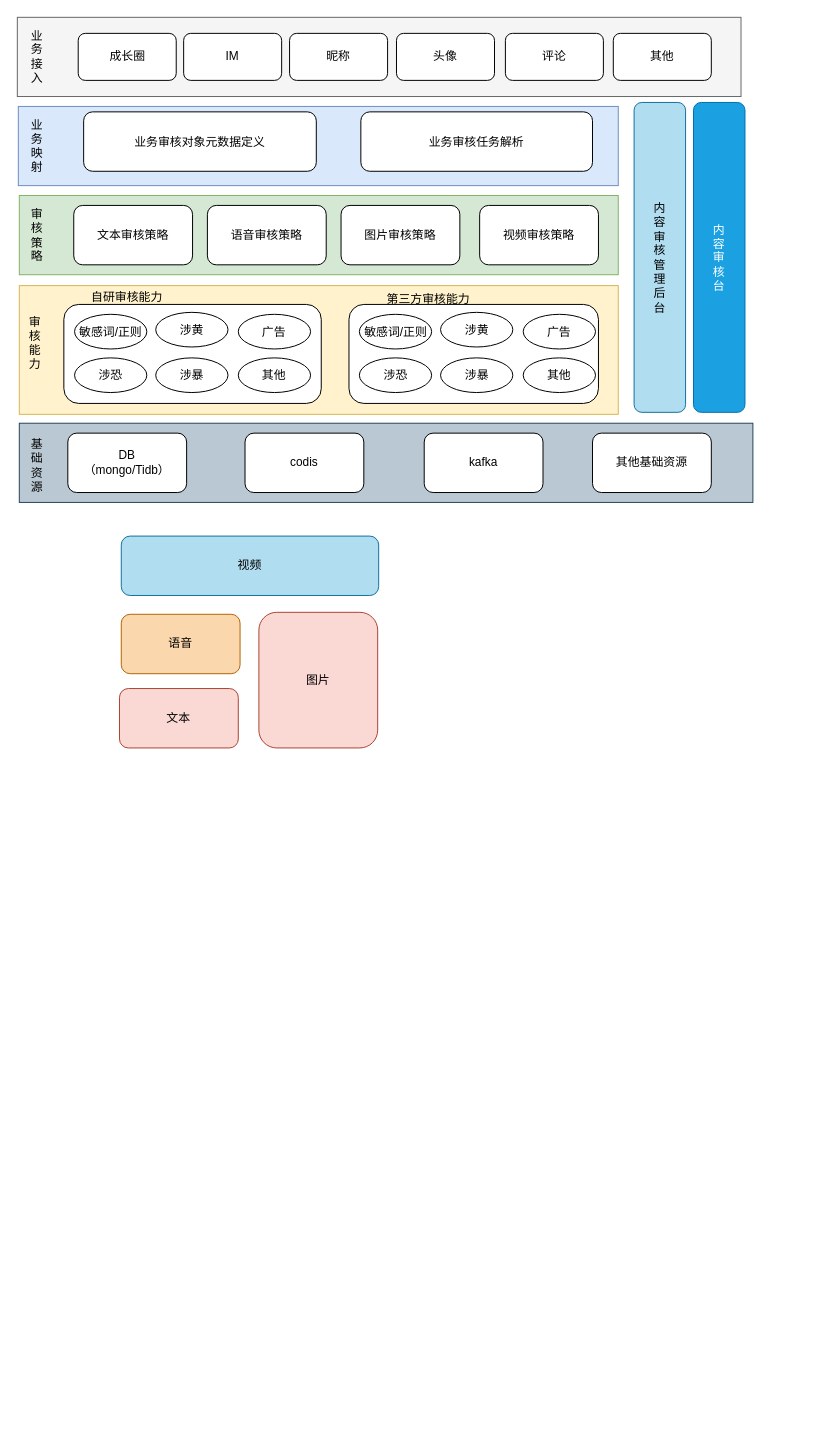
Above: page "内容安全架构" (12 of 17) of 系统架构0.drawio in joeytang/imgs (draw.io), before the change. Source tidied: cells renumbered, new cells numbered last; positions are measured from the earlier drawing's top-left corner, leaving out a move shared by most shapes. Both pictures are drawn from the tidied source at 99%, with x=0, y=0 at pixel (17, 17).
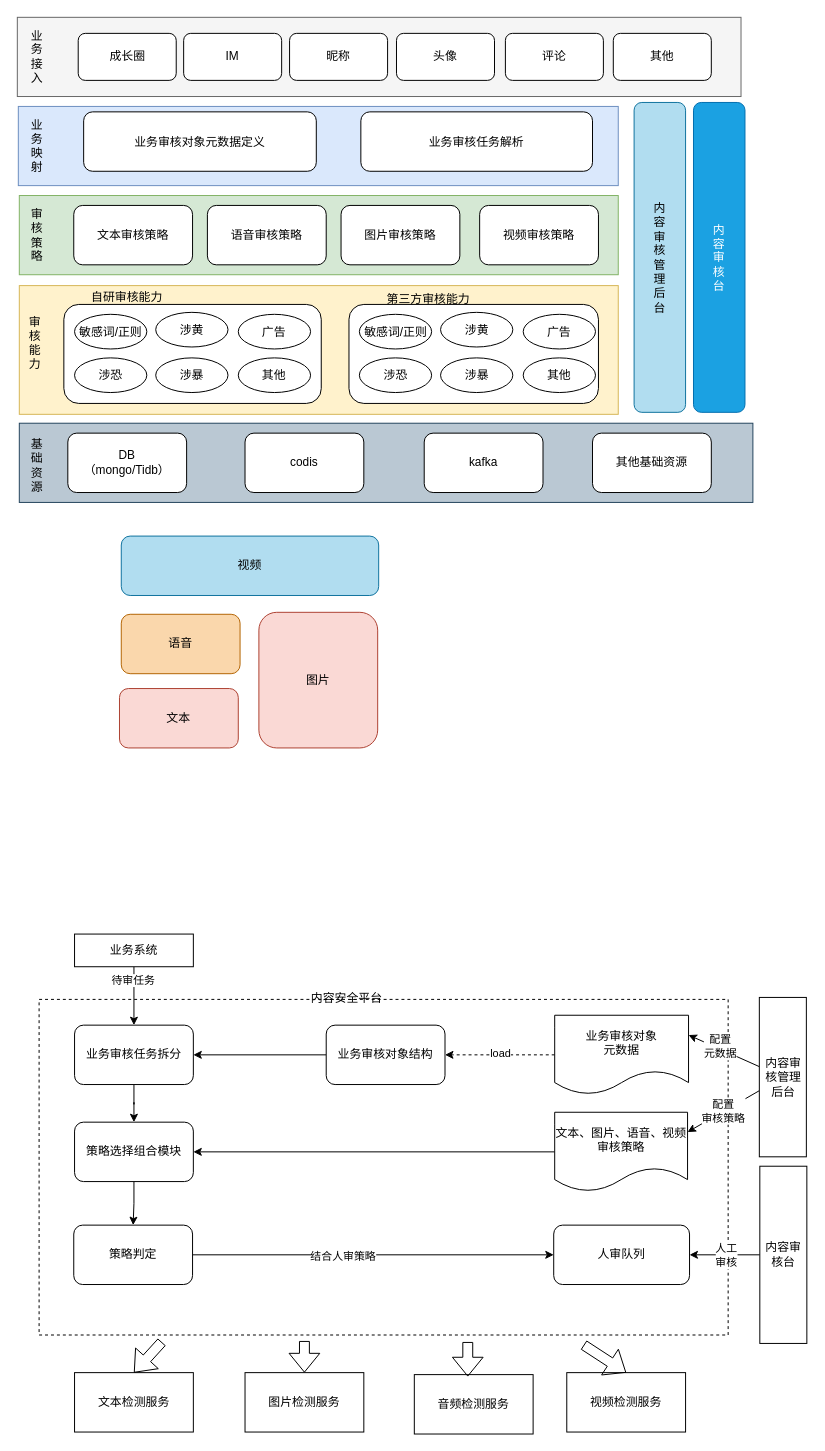
Above is the later version.

Change to the diagram source:
```diff
@@
+    <mxCell id="50" style="rounded=0;whiteSpace=wrap;html=1;dashed=1;" parent="1" vertex="1">
+      <mxGeometry x="22" y="992" width="696" height="339" as="geometry" />
+    </mxCell>
+    <mxCell id="51" style="edgeStyle=orthogonalEdgeStyle;rounded=0;jettySize=auto;html=1;" parent="1" edge="1" source="53" target="55">
+      <mxGeometry relative="1" as="geometry" />
+    </mxCell>
+    <mxCell id="52" value="待审任务" style="edgeLabel;html=1;align=center;verticalAlign=middle;" parent="51" vertex="1">
+      <mxGeometry x="-0.57" y="-1" relative="1" as="geometry" />
+    </mxCell>
+    <mxCell id="53" value="业务系统" style="rounded=0;whiteSpace=wrap;html=1;" parent="1" vertex="1">
+      <mxGeometry x="57.8" y="926" width="120" height="33" as="geometry" />
+    </mxCell>
+    <mxCell id="54" style="edgeStyle=orthogonalEdgeStyle;rounded=0;jettySize=auto;html=1;entryX=0.5;entryY=0;entryDx=0;entryDy=0;" parent="1" edge="1" source="55" target="61">
+      <mxGeometry relative="1" as="geometry" />
+    </mxCell>
+    <mxCell id="55" value="业务审核任务拆分" style="rounded=1;whiteSpace=wrap;html=1;" parent="1" vertex="1">
+      <mxGeometry x="57.8" y="1018" width="120" height="60" as="geometry" />
+    </mxCell>
+    <mxCell id="56" style="edgeStyle=orthogonalEdgeStyle;rounded=0;jettySize=auto;html=1;entryX=1;entryY=0.5;entryDx=0;entryDy=0;" parent="1" edge="1" source="57" target="61">
+      <mxGeometry relative="1" as="geometry" />
+    </mxCell>
+    <mxCell id="57" value="文本、图片、语音、视频&lt;br&gt;审核策略" style="shape=document;whiteSpace=wrap;html=1;boundedLbl=1;" parent="1" vertex="1">
+      <mxGeometry x="542.8" y="1106" width="134.2" height="80" as="geometry" />
+    </mxCell>
+    <mxCell id="58" style="edgeStyle=orthogonalEdgeStyle;rounded=0;jettySize=auto;html=1;" parent="1" edge="1" source="59" target="55">
+      <mxGeometry relative="1" as="geometry" />
+    </mxCell>
+    <mxCell id="59" value="业务审核对象结构" style="rounded=1;whiteSpace=wrap;html=1;" parent="1" vertex="1">
+      <mxGeometry x="312" y="1018" width="120" height="60" as="geometry" />
+    </mxCell>
+    <mxCell id="60" style="edgeStyle=orthogonalEdgeStyle;rounded=0;jettySize=auto;html=1;" parent="1" edge="1" source="61" target="64">
+      <mxGeometry relative="1" as="geometry" />
+    </mxCell>
+    <mxCell id="61" value="策略选择组合模块" style="rounded=1;whiteSpace=wrap;html=1;" parent="1" vertex="1">
+      <mxGeometry x="57.8" y="1116" width="120" height="60" as="geometry" />
+    </mxCell>
+    <mxCell id="62" style="edgeStyle=orthogonalEdgeStyle;rounded=0;jettySize=auto;html=1;" parent="1" edge="1" source="64" target="79">
+      <mxGeometry relative="1" as="geometry" />
+    </mxCell>
+    <mxCell id="63" value="结合人审策略" style="edgeLabel;html=1;align=center;verticalAlign=middle;" parent="62" vertex="1">
+      <mxGeometry x="-0.17" y="-1" relative="1" as="geometry" />
+    </mxCell>
+    <mxCell id="64" value="策略判定" style="rounded=1;whiteSpace=wrap;html=1;" parent="1" vertex="1">
+      <mxGeometry x="57" y="1220" width="120" height="60" as="geometry" />
+    </mxCell>
+    <mxCell id="65" value="音频检测服务" style="rounded=0;whiteSpace=wrap;html=1;" parent="1" vertex="1">
+      <mxGeometry x="401" y="1371" width="120" height="60" as="geometry" />
+    </mxCell>
+    <mxCell id="66" value="视频检测服务" style="rounded=0;whiteSpace=wrap;html=1;" parent="1" vertex="1">
+      <mxGeometry x="555" y="1369" width="120" height="60" as="geometry" />
+    </mxCell>
+    <mxCell id="67" value="图片检测服务" style="rounded=0;whiteSpace=wrap;html=1;" parent="1" vertex="1">
+      <mxGeometry x="230" y="1369" width="120" height="60" as="geometry" />
+    </mxCell>
+    <mxCell id="68" value="文本检测服务" style="rounded=0;whiteSpace=wrap;html=1;" parent="1" vertex="1">
+      <mxGeometry x="57.8" y="1369" width="120" height="60" as="geometry" />
+    </mxCell>
+    <mxCell id="69" style="edgeStyle=orthogonalEdgeStyle;rounded=0;jettySize=auto;html=1;dashed=1;" parent="1" edge="1" source="71" target="59">
+      <mxGeometry relative="1" as="geometry" />
+    </mxCell>
+    <mxCell id="70" value="load" style="edgeLabel;html=1;align=center;verticalAlign=middle;" parent="69" vertex="1">
+      <mxGeometry x="-0.28" relative="1" as="geometry">
+        <mxPoint x="-15" y="-2" as="offset" />
+      </mxGeometry>
+    </mxCell>
+    <mxCell id="71" value="业务审核对象&lt;br&gt;元数据" style="shape=document;whiteSpace=wrap;html=1;boundedLbl=1;" parent="1" vertex="1">
+      <mxGeometry x="542.8" y="1008" width="135.2" height="80" as="geometry" />
+    </mxCell>
+    <mxCell id="72" style="rounded=0;jettySize=auto;html=1;entryX=1;entryY=0.25;entryDx=0;entryDy=0;" parent="1" edge="1" source="75" target="71">
+      <mxGeometry relative="1" as="geometry" />
+    </mxCell>
+    <mxCell id="73" value="配置&lt;br&gt;元数据" style="edgeLabel;html=1;align=center;verticalAlign=middle;" parent="72" vertex="1">
+      <mxGeometry x="0.15" y="-2" relative="1" as="geometry" />
+    </mxCell>
+    <mxCell id="74" value="配置&lt;br&gt;审核策略" style="rounded=0;jettySize=auto;html=1;entryX=1;entryY=0.25;entryDx=0;entryDy=0;" parent="1" edge="1" source="75" target="57">
+      <mxGeometry relative="1" as="geometry" />
+    </mxCell>
+    <mxCell id="75" value="内容审核管理后台" style="rounded=0;whiteSpace=wrap;html=1;" parent="1" vertex="1">
+      <mxGeometry x="749.5" y="990" width="47.5" height="161" as="geometry" />
+    </mxCell>
+    <mxCell id="76" style="rounded=0;jettySize=auto;html=1;" parent="1" edge="1" source="78" target="79">
+      <mxGeometry relative="1" as="geometry" />
+    </mxCell>
+    <mxCell id="77" value="人工&lt;br&gt;审核" style="edgeLabel;html=1;align=center;verticalAlign=middle;" parent="76" vertex="1">
+      <mxGeometry x="-0.01" relative="1" as="geometry" />
+    </mxCell>
+    <mxCell id="78" value="内容审核台" style="rounded=0;whiteSpace=wrap;html=1;" parent="1" vertex="1">
+      <mxGeometry x="750" y="1160.5" width="47.5" height="179" as="geometry" />
+    </mxCell>
+    <mxCell id="79" value="人审队列" style="rounded=1;whiteSpace=wrap;html=1;" parent="1" vertex="1">
+      <mxGeometry x="541.8" y="1220" width="137.2" height="60" as="geometry" />
+    </mxCell>
+    <mxCell id="80" value="内容安全平台" style="text;html=1;strokeColor=none;fillColor=none;align=center;verticalAlign=middle;whiteSpace=wrap;rounded=0;dashed=1;" parent="1" vertex="1">
+      <mxGeometry x="289" y="981" width="88" height="20" as="geometry" />
+    </mxCell>
+    <mxCell id="81" style="edgeStyle=none;rounded=0;orthogonalLoop=1;jettySize=auto;html=1;exitX=0.5;exitY=0;exitDx=0;exitDy=0;" parent="1" edge="1" source="78" target="78">
+      <mxGeometry relative="1" as="geometry" />
+    </mxCell>
+    <mxCell id="82" style="shape=flexArrow;endArrow=classic;html=1;entryX=0.5;entryY=0;entryDx=0;entryDy=0;" parent="1" edge="1" target="66">
+      <mxGeometry relative="1" as="geometry">
+        <mxPoint x="572" y="1341" as="sourcePoint" />
+      </mxGeometry>
+    </mxCell>
+    <mxCell id="83" style="shape=flexArrow;endArrow=classic;html=1;entryX=0.45;entryY=0.033;entryDx=0;entryDy=0;entryPerimeter=0;" parent="1" edge="1" target="65">
+      <mxGeometry relative="1" as="geometry">
+        <mxPoint x="455" y="1338" as="sourcePoint" />
+      </mxGeometry>
+    </mxCell>
+    <mxCell id="84" style="shape=flexArrow;endArrow=classic;html=1;entryX=0.5;entryY=0;entryDx=0;entryDy=0;" parent="1" edge="1" target="67">
+      <mxGeometry relative="1" as="geometry">
+        <mxPoint x="290" y="1337" as="sourcePoint" />
+      </mxGeometry>
+    </mxCell>
+    <mxCell id="85" style="shape=flexArrow;endArrow=classic;html=1;entryX=0.5;entryY=0;entryDx=0;entryDy=0;" parent="1" edge="1" target="68">
+      <mxGeometry relative="1" as="geometry">
+        <mxPoint x="146" y="1338" as="sourcePoint" />
+      </mxGeometry>
+    </mxCell>
```
